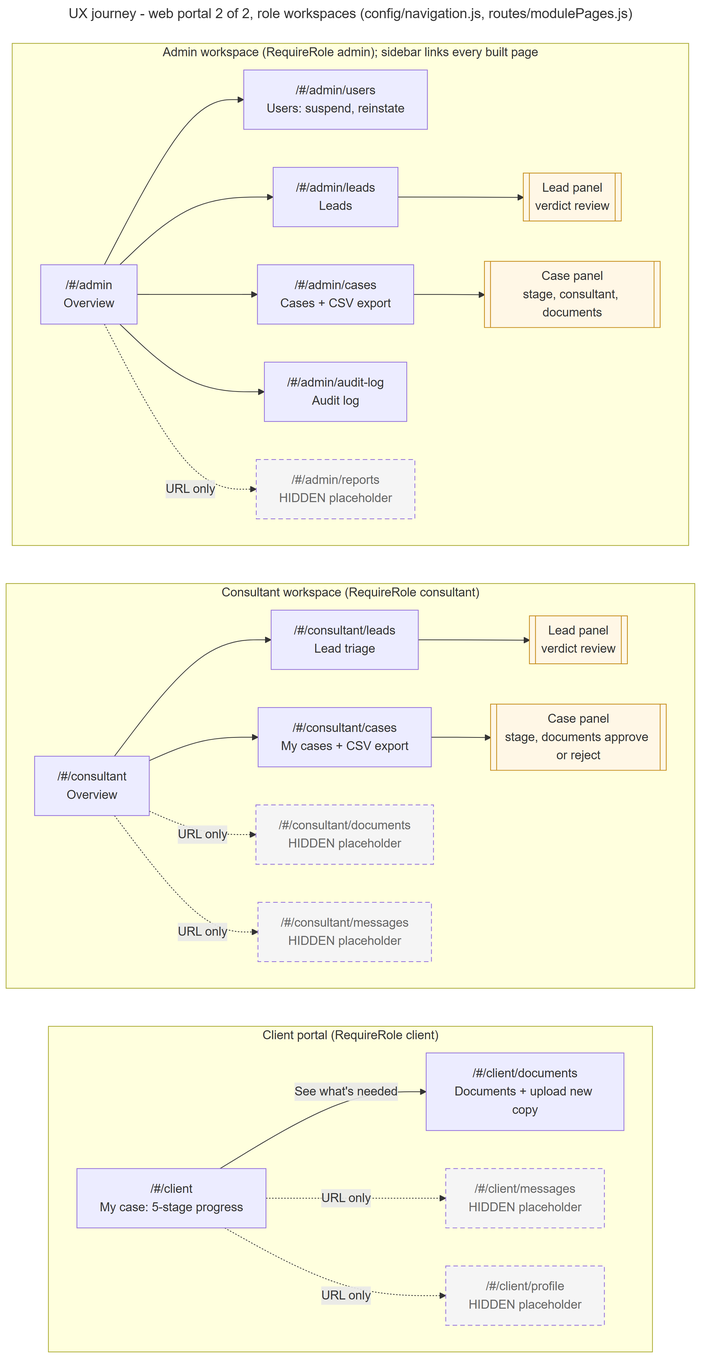
Muthambi-Mbulungeni/final-project-api keeps this Mermaid diagram as docs/diagrams/ux-journey-web-workspaces.png. Above is the earlier version. Its source is kept beside it as docs/diagrams/ux-journey-web-workspaces.mmd.
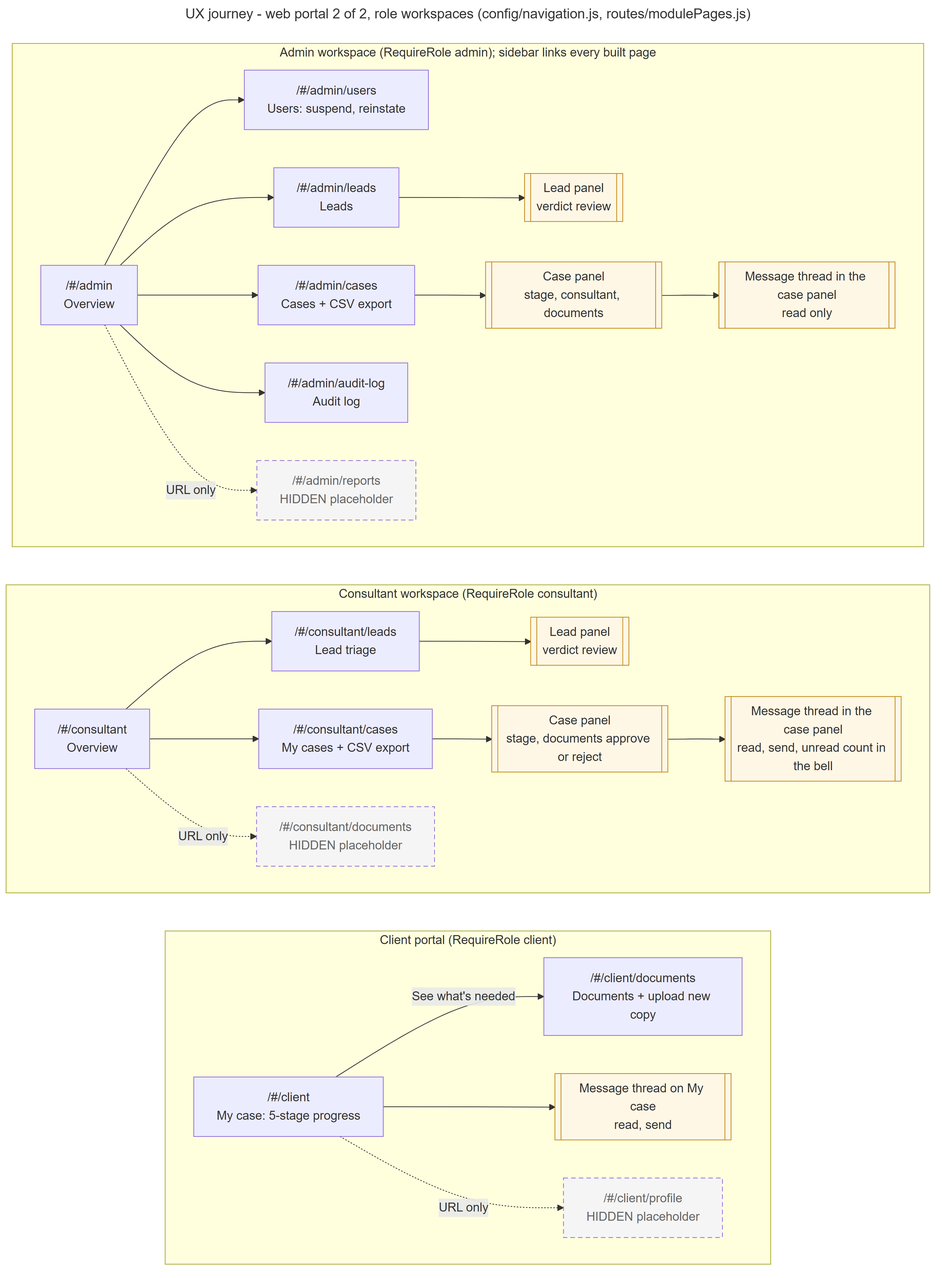
Above is the later version.

The edit, as a diff of the source:
```diff
@@ -12,9 +12,11 @@
         A5["/#/admin/reports<br>HIDDEN placeholder"]
         AL[["Lead panel<br>verdict review"]]
         AC[["Case panel<br>stage, consultant, documents"]]
+        AM[["Message thread in the case panel<br>read only"]]
         A0 --> A1 & A2 & A3 & A4
         A2 --> AL
         A3 --> AC
+        AC --> AM
         A0 -. URL only .-> A5
     end
 
@@ -24,28 +26,30 @@
         C1["/#/consultant/leads<br>Lead triage"]
         C2["/#/consultant/cases<br>My cases + CSV export"]
         C3["/#/consultant/documents<br>HIDDEN placeholder"]
-        C4["/#/consultant/messages<br>HIDDEN placeholder"]
         CL[["Lead panel<br>verdict review"]]
         CC[["Case panel<br>stage, documents approve or reject"]]
+        CM[["Message thread in the case panel<br>read, send, unread count in the bell"]]
         C0 --> C1 & C2
         C1 --> CL
         C2 --> CC
-        C0 -. URL only .-> C3 & C4
+        CC --> CM
+        C0 -. URL only .-> C3
     end
 
     subgraph CLI["Client portal (RequireRole client)"]
         direction LR
         K0["/#/client<br>My case: 5-stage progress"]
+        KM[["Message thread on My case<br>read, send"]]
         K1["/#/client/documents<br>Documents + upload new copy"]
-        K2["/#/client/messages<br>HIDDEN placeholder"]
         K3["/#/client/profile<br>HIDDEN placeholder"]
         K0 -->|See what's needed| K1
-        K0 -. URL only .-> K2 & K3
+        K0 --> KM
+        K0 -. URL only .-> K3
     end
 
     ADM ~~~ CON ~~~ CLI
 
     classDef hidden stroke-dasharray: 6 4,fill:#f5f5f5,color:#666
     classDef panel fill:#fff7e6,stroke:#c48a16
-    class A5,C3,C4,K2,K3 hidden
-    class AL,AC,CL,CC panel
+    class A5,C3,K3 hidden
+    class AL,AC,CL,CC,AM,CM,KM panel
```
